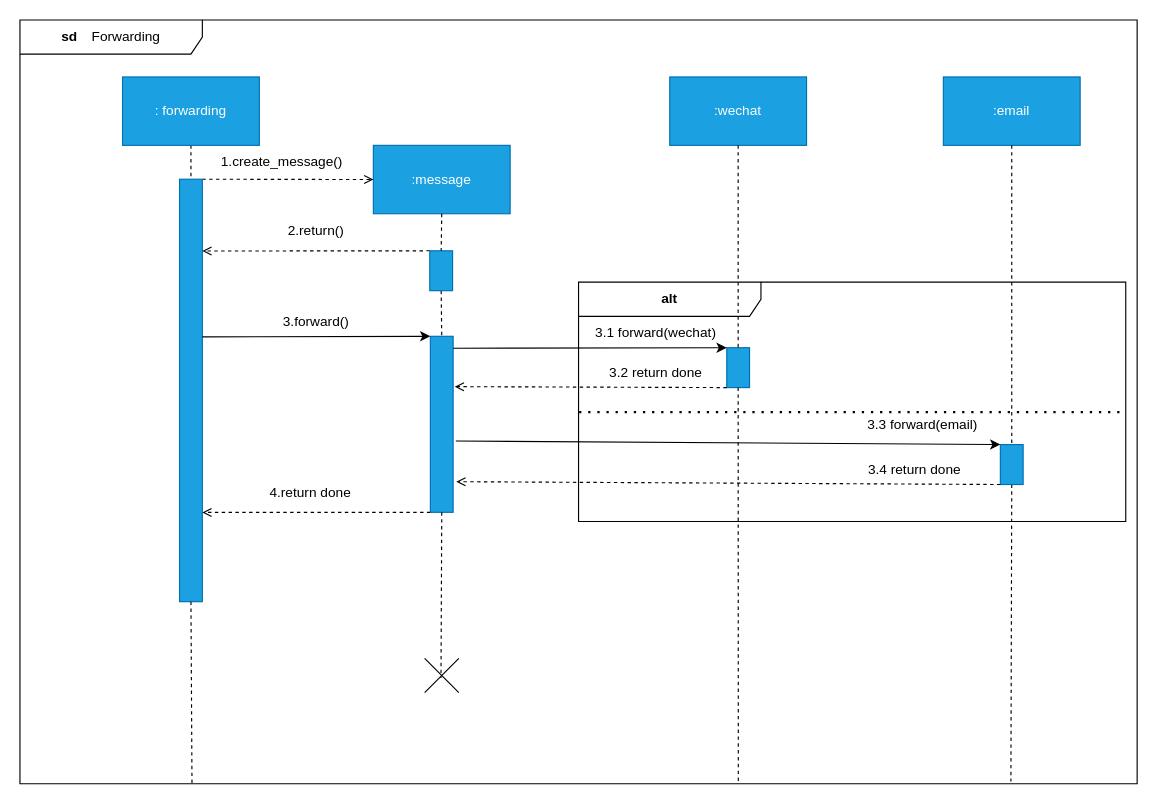
Before: Documentation/Interaction Diagram/forwarding ID.drawio in Darrenchenn/Model-based-software-design, a draw.io diagram. Source tidied: cells renumbered, new cells numbered last; positions are measured from the earlier drawing's top-left corner, leaving out a move shared by most shapes. Both pictures are drawn from the tidied source at 114%, with x=0, y=0 at pixel (-21, 19).
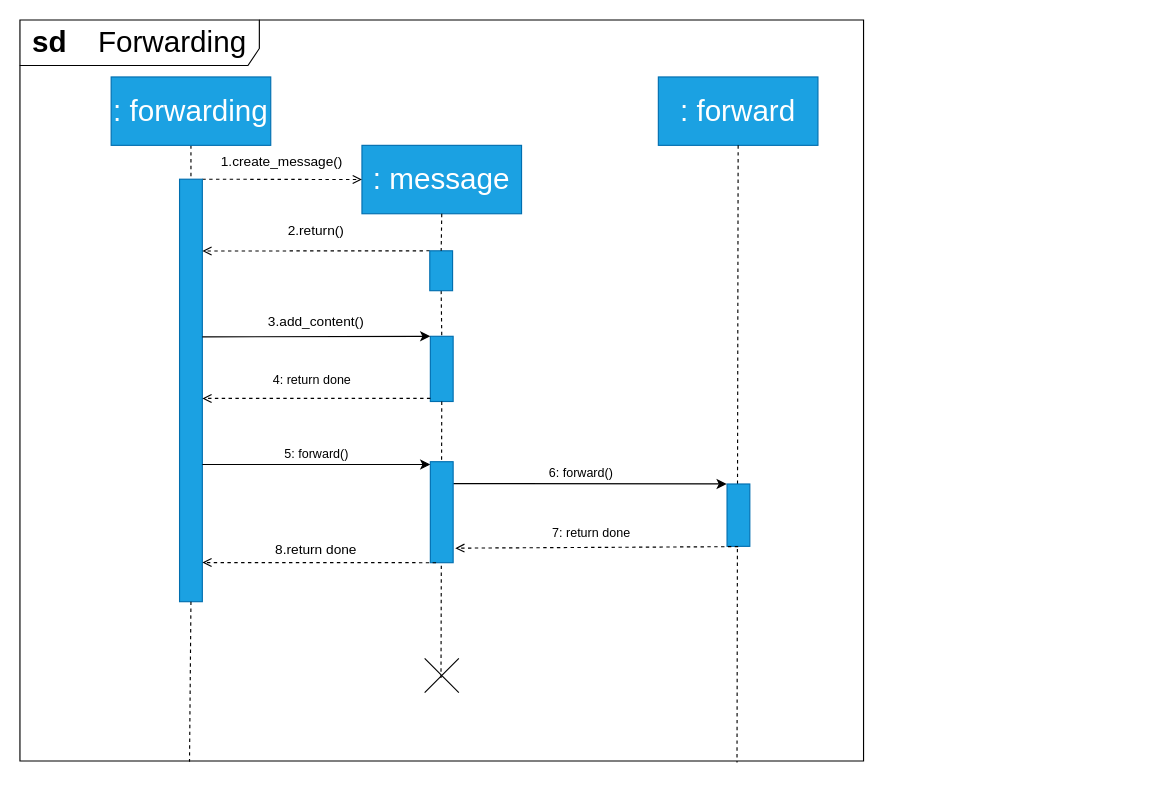
After the change.

The change refers to these unchanged cells:
```xml
<mxCell id="16" style="rounded=0;whiteSpace=wrap;html=1;rotation=90;fillColor=#1ba1e2;fontColor=#ffffff;strokeColor=#006EAF;" parent="2" vertex="1">
  <mxGeometry x="-35.3" y="315" width="370.6" height="20" as="geometry" />
</mxCell>
```

Diff of the diagram source:
```diff
@@
-    <mxCell id="2" value="&lt;b&gt;sd&lt;/b&gt;&amp;nbsp;&lt;span style=&quot;white-space: pre;&quot;&gt;&#9;&lt;/span&gt;Forwarding" style="shape=umlFrame;whiteSpace=wrap;html=1;width=160;fillColor=none;fontColor=#000000;strokeColor=#000000;" parent="1" vertex="1">
-      <mxGeometry x="35" width="980" height="670" as="geometry" />
+    <mxCell id="2" value="&lt;font style=&quot;font-size: 26px;&quot;&gt;&lt;b style=&quot;&quot;&gt;sd&lt;/b&gt;&amp;nbsp;&lt;span style=&quot;white-space: pre;&quot;&gt;&#9;&lt;/span&gt;Forwarding&lt;/font&gt;" style="shape=umlFrame;whiteSpace=wrap;html=1;width=210;fillColor=none;fontColor=#000000;strokeColor=#000000;height=40;" parent="1" vertex="1">
+      <mxGeometry x="35" width="740" height="650" as="geometry" />
     </mxCell>
@@
-    <mxCell id="4" value=": forwarding" style="rounded=0;whiteSpace=wrap;html=1;fillColor=#1ba1e2;fontColor=#ffffff;strokeColor=#006EAF;" parent="2" vertex="1">
-      <mxGeometry x="90" y="50" width="120" height="60" as="geometry" />
+    <mxCell id="4" value=": forwarding" style="rounded=0;whiteSpace=wrap;html=1;fillColor=#1ba1e2;fontColor=#ffffff;strokeColor=#006EAF;fontSize=26;" parent="2" vertex="1">
+      <mxGeometry x="80" y="50" width="140" height="60" as="geometry" />
     </mxCell>
@@
-    <mxCell id="6" value=":message" style="rounded=0;whiteSpace=wrap;html=1;fillColor=#1ba1e2;fontColor=#ffffff;strokeColor=#006EAF;" parent="2" vertex="1">
-      <mxGeometry x="310" y="110" width="120" height="60" as="geometry" />
+    <mxCell id="6" value=": message" style="rounded=0;whiteSpace=wrap;html=1;fillColor=#1ba1e2;fontColor=#ffffff;strokeColor=#006EAF;fontSize=26;" parent="2" vertex="1">
+      <mxGeometry x="300" y="110" width="140" height="60" as="geometry" />
     </mxCell>
-    <mxCell id="7" value=":wechat" style="rounded=0;whiteSpace=wrap;html=1;fillColor=#1ba1e2;fontColor=#ffffff;strokeColor=#006EAF;" parent="2" vertex="1">
-      <mxGeometry x="570" y="50" width="120" height="60" as="geometry" />
+    <mxCell id="7" value=": forward" style="rounded=0;whiteSpace=wrap;html=1;fillColor=#1ba1e2;fontColor=#ffffff;strokeColor=#006EAF;fontSize=26;" parent="2" vertex="1">
+      <mxGeometry x="560" y="50" width="140" height="60" as="geometry" />
     </mxCell>
-    <mxCell id="8" value=":email" style="rounded=0;whiteSpace=wrap;html=1;fillColor=#1ba1e2;fontColor=#ffffff;strokeColor=#006EAF;" parent="2" vertex="1">
-      <mxGeometry x="810" y="50" width="120" height="60" as="geometry" />
-    </mxCell>
-    <mxCell id="9" value="&lt;b&gt;alt&lt;/b&gt;" style="shape=umlFrame;whiteSpace=wrap;html=1;width=160;" parent="2" vertex="1">
-      <mxGeometry x="490" y="230" width="480" height="210" as="geometry" />
-    </mxCell>
-    <mxCell id="10" value="3.1 forward(wechat)" style="text;html=1;strokeColor=none;fillColor=none;align=center;verticalAlign=middle;whiteSpace=wrap;rounded=0;" parent="9" vertex="1">
-      <mxGeometry x="12.5" y="30" width="110" height="30" as="geometry" />
-    </mxCell>
-    <mxCell id="11" style="rounded=0;whiteSpace=wrap;html=1;rotation=90;fillColor=#1ba1e2;fontColor=#ffffff;strokeColor=#006EAF;" parent="9" vertex="1">
-      <mxGeometry x="122.5" y="65" width="35" height="20" as="geometry" />
-    </mxCell>
-    <mxCell id="12" value="3.3 forward(email)" style="text;html=1;strokeColor=none;fillColor=none;align=center;verticalAlign=middle;whiteSpace=wrap;rounded=0;" parent="9" vertex="1">
-      <mxGeometry x="247" y="110" width="110" height="30" as="geometry" />
-    </mxCell>
-    <mxCell id="13" value="3.2 return done" style="text;html=1;strokeColor=none;fillColor=none;align=center;verticalAlign=middle;whiteSpace=wrap;rounded=0;" parent="9" vertex="1">
-      <mxGeometry x="12.5" y="65" width="110" height="30" as="geometry" />
-    </mxCell>
-    <mxCell id="14" value="3.4 return done" style="text;html=1;strokeColor=none;fillColor=none;align=center;verticalAlign=middle;whiteSpace=wrap;rounded=0;" parent="9" vertex="1">
-      <mxGeometry x="240" y="150" width="110" height="30" as="geometry" />
-    </mxCell>
@@
     <mxCell id="17" style="rounded=0;whiteSpace=wrap;html=1;rotation=90;fillColor=#1ba1e2;fontColor=#ffffff;strokeColor=#006EAF;" parent="2" vertex="1">
-      <mxGeometry x="292.8" y="344.7" width="154.4" height="20" as="geometry" />
+      <mxGeometry x="341.4" y="296.1" width="57.2" height="20" as="geometry" />
     </mxCell>
@@
-    <mxCell id="21" style="rounded=0;jettySize=auto;html=1;exitX=1;exitY=0.5;exitDx=0;exitDy=0;entryX=0.643;entryY=0.997;entryDx=0;entryDy=0;entryPerimeter=0;dashed=1;endArrow=none;endFill=0;" parent="2" edge="1" source="11" target="2">
-      <mxGeometry relative="1" as="geometry" />
-    </mxCell>
-    <mxCell id="22" style="rounded=0;jettySize=auto;html=1;exitX=1;exitY=0.5;exitDx=0;exitDy=0;entryX=0.887;entryY=0.997;entryDx=0;entryDy=0;entryPerimeter=0;dashed=1;endArrow=none;endFill=0;" parent="2" edge="1" source="26" target="2">
-      <mxGeometry relative="1" as="geometry" />
-    </mxCell>
-    <mxCell id="23" style="endArrow=none;dashed=1;html=1;dashPattern=1 3;strokeWidth=2;rounded=0;exitX=0.001;exitY=0.543;exitDx=0;exitDy=0;exitPerimeter=0;entryX=0.999;entryY=0.543;entryDx=0;entryDy=0;entryPerimeter=0;" parent="2" edge="1" source="9" target="9">
-      <mxGeometry relative="1" as="geometry" />
-    </mxCell>
-    <mxCell id="24" style="rounded=0;jettySize=auto;html=1;exitX=0.5;exitY=1;exitDx=0;exitDy=0;entryX=0;entryY=0.5;entryDx=0;entryDy=0;dashed=1;endArrow=none;endFill=0;" parent="2" edge="1" source="7" target="11">
-      <mxGeometry relative="1" as="geometry" />
-    </mxCell>
-    <mxCell id="25" style="edgeStyle=orthogonalEdgeStyle;rounded=0;jettySize=auto;html=1;exitX=0.5;exitY=1;exitDx=0;exitDy=0;entryX=0;entryY=0.5;entryDx=0;entryDy=0;dashed=1;endArrow=none;endFill=0;" parent="2" edge="1" source="8" target="26">
-      <mxGeometry relative="1" as="geometry" />
-    </mxCell>
-    <mxCell id="26" style="rounded=0;whiteSpace=wrap;html=1;rotation=90;fillColor=#1ba1e2;fontColor=#ffffff;strokeColor=#006EAF;" parent="2" vertex="1">
-      <mxGeometry x="852.5" y="380" width="35" height="20" as="geometry" />
-    </mxCell>
-    <mxCell id="27" style="endArrow=classic;html=1;rounded=0;entryX=0;entryY=1;entryDx=0;entryDy=0;" parent="2" edge="1" target="11">
-      <mxGeometry relative="1" as="geometry">
-        <mxPoint x="380" y="288" as="sourcePoint" />
-      </mxGeometry>
-    </mxCell>
-    <mxCell id="28" style="endArrow=classic;html=1;rounded=0;entryX=0;entryY=1;entryDx=0;entryDy=0;exitX=0.595;exitY=-0.117;exitDx=0;exitDy=0;exitPerimeter=0;" parent="2" edge="1" source="17" target="26">
-      <mxGeometry relative="1" as="geometry" />
-    </mxCell>
-    <mxCell id="29" style="rounded=0;jettySize=auto;html=1;exitX=1;exitY=1;exitDx=0;exitDy=0;entryX=0.286;entryY=-0.07;entryDx=0;entryDy=0;entryPerimeter=0;dashed=1;endArrow=open;endFill=0;" parent="2" edge="1" source="11" target="17">
-      <mxGeometry relative="1" as="geometry" />
-    </mxCell>
-    <mxCell id="30" style="rounded=0;jettySize=auto;html=1;exitX=1;exitY=1;exitDx=0;exitDy=0;entryX=0.826;entryY=-0.138;entryDx=0;entryDy=0;entryPerimeter=0;dashed=1;endArrow=open;endFill=0;" parent="2" edge="1" source="26" target="17">
-      <mxGeometry relative="1" as="geometry" />
-    </mxCell>
@@
-    <mxCell id="33" style="rounded=0;jettySize=auto;html=1;exitX=1;exitY=0.5;exitDx=0;exitDy=0;entryX=0.154;entryY=1.002;entryDx=0;entryDy=0;entryPerimeter=0;endArrow=none;endFill=0;dashed=1;" parent="2" edge="1" source="16" target="2">
+    <mxCell id="33" style="rounded=0;jettySize=auto;html=1;exitX=1;exitY=0.5;exitDx=0;exitDy=0;entryX=0.201;entryY=1.001;entryDx=0;entryDy=0;entryPerimeter=0;endArrow=none;endFill=0;dashed=1;" parent="2" edge="1" source="16" target="2">
       <mxGeometry relative="1" as="geometry" />
     </mxCell>
@@
-    <mxCell id="37" value="3.forward()" style="text;html=1;strokeColor=none;fillColor=none;align=center;verticalAlign=middle;whiteSpace=wrap;rounded=0;" parent="2" vertex="1">
+    <mxCell id="37" value="3.add_content()" style="text;html=1;strokeColor=none;fillColor=none;align=center;verticalAlign=middle;whiteSpace=wrap;rounded=0;" parent="2" vertex="1">
       <mxGeometry x="230" y="250" width="60" height="30" as="geometry" />
     </mxCell>
+    <mxCell id="39" value="8.return done" style="text;html=1;strokeColor=none;fillColor=none;align=center;verticalAlign=middle;whiteSpace=wrap;rounded=0;" parent="2" vertex="1">
+      <mxGeometry x="205" y="450" width="110" height="30" as="geometry" />
+    </mxCell>
+    <mxCell id="40" style="endArrow=classic;html=1;rounded=0;entryX=0;entryY=1;entryDx=0;entryDy=0;" parent="2" edge="1">
+      <mxGeometry relative="1" as="geometry">
+        <mxPoint x="160" y="390" as="sourcePoint" />
+        <mxPoint x="360" y="390" as="targetPoint" />
+      </mxGeometry>
+    </mxCell>
+    <mxCell id="41" value="5: forward()" style="edgeLabel;html=1;align=center;verticalAlign=middle;" parent="40" vertex="1">
+      <mxGeometry x="-0.35" relative="1" as="geometry">
+        <mxPoint x="34" y="-10" as="offset" />
+      </mxGeometry>
+    </mxCell>
+    <mxCell id="42" style="rounded=0;jettySize=auto;html=1;exitX=0.5;exitY=1;exitDx=0;exitDy=0;endArrow=none;endFill=0;dashed=1;entryX=0.85;entryY=1.002;entryDx=0;entryDy=0;entryPerimeter=0;" parent="2" edge="1" source="7" target="2">
+      <mxGeometry relative="1" as="geometry" />
+    </mxCell>
+    <mxCell id="43" style="rounded=0;whiteSpace=wrap;html=1;rotation=90;fillColor=#1ba1e2;fontColor=#ffffff;strokeColor=#006EAF;" parent="2" vertex="1">
+      <mxGeometry x="602.9" y="424.4" width="54.7" height="20" as="geometry" />
+    </mxCell>
+    <mxCell id="44" style="endArrow=classic;html=1;rounded=0;exitX=0.25;exitY=0;exitDx=0;exitDy=0;" parent="2" edge="1">
+      <mxGeometry relative="1" as="geometry">
+        <mxPoint x="380" y="406.7" as="sourcePoint" />
+        <mxPoint x="620" y="407" as="targetPoint" />
+      </mxGeometry>
+    </mxCell>
+    <mxCell id="45" value="6: forward()" style="edgeLabel;html=1;align=center;verticalAlign=middle;" parent="44" vertex="1">
+      <mxGeometry x="-0.35" relative="1" as="geometry">
+        <mxPoint x="34" y="-10" as="offset" />
+      </mxGeometry>
+    </mxCell>
+    <mxCell id="46" style="rounded=0;jettySize=auto;html=1;dashed=1;endArrow=open;endFill=0;entryX=0.856;entryY=-0.091;entryDx=0;entryDy=0;entryPerimeter=0;" parent="2" edge="1" target="50">
+      <mxGeometry relative="1" as="geometry">
+        <mxPoint x="630" y="462" as="sourcePoint" />
+      </mxGeometry>
+    </mxCell>
+    <mxCell id="47" value="7: return done" style="edgeLabel;html=1;align=center;verticalAlign=middle;" parent="46" vertex="1">
+      <mxGeometry x="0.21" y="-3" relative="1" as="geometry">
+        <mxPoint x="21" y="-10" as="offset" />
+      </mxGeometry>
+    </mxCell>
+    <mxCell id="48" style="rounded=0;orthogonalLoop=1;jettySize=auto;html=1;exitX=1;exitY=1;exitDx=0;exitDy=0;dashed=1;endArrow=open;endFill=0;" parent="1" edge="1">
+      <mxGeometry relative="1" as="geometry">
+        <mxPoint x="395" y="332" as="sourcePoint" />
+        <mxPoint x="195" y="332" as="targetPoint" />
+      </mxGeometry>
+    </mxCell>
+    <mxCell id="49" value="4: return done" style="edgeLabel;html=1;align=center;verticalAlign=middle;" parent="48" vertex="1">
+      <mxGeometry x="0.26" y="2" relative="1" as="geometry">
+        <mxPoint x="21" y="-19" as="offset" />
+      </mxGeometry>
+    </mxCell>
+    <mxCell id="50" style="rounded=0;whiteSpace=wrap;html=1;rotation=90;fillColor=#1ba1e2;fontColor=#ffffff;strokeColor=#006EAF;" parent="1" vertex="1">
+      <mxGeometry x="360.7" y="421.8" width="88.6" height="20" as="geometry" />
+    </mxCell>
-    <mxCell id="38" style="rounded=0;jettySize=auto;html=1;exitX=1;exitY=1;exitDx=0;exitDy=0;dashed=1;endArrow=open;endFill=0;" parent="2" edge="1" source="17">
+    <mxCell id="38" style="rounded=0;jettySize=auto;html=1;dashed=1;endArrow=open;endFill=0;exitX=1;exitY=0.75;exitDx=0;exitDy=0;" parent="1" edge="1" source="50">
       <mxGeometry relative="1" as="geometry">
-        <mxPoint x="160" y="432" as="targetPoint" />
+        <mxPoint x="195" y="476" as="targetPoint" />
       </mxGeometry>
     </mxCell>
-    <mxCell id="39" value="4.return done" style="text;html=1;strokeColor=none;fillColor=none;align=center;verticalAlign=middle;whiteSpace=wrap;rounded=0;" parent="2" vertex="1">
-      <mxGeometry x="200" y="400" width="110" height="30" as="geometry" />
-    </mxCell>
```
